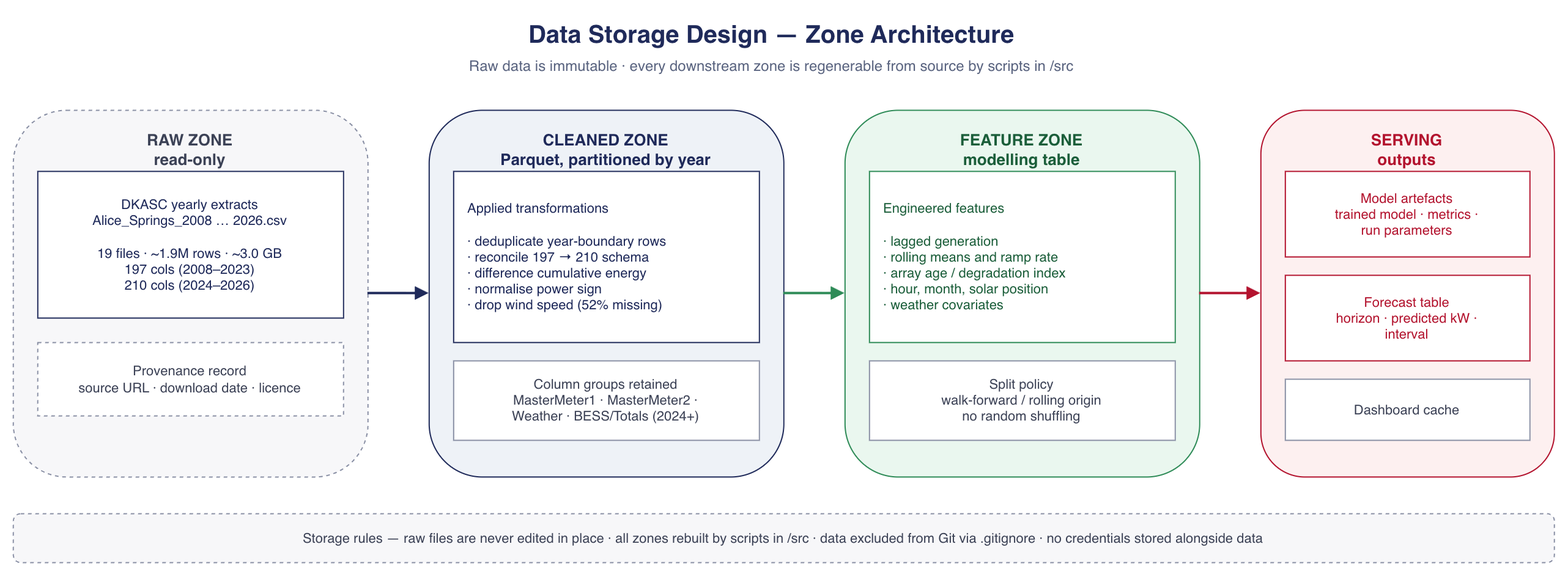
This is Architecture_Diagrams/03-data-storage-design.png from Uttam1618/PRT661-solar-forecasting, a draw.io export, as it was before one commit. Source tidied: cells renumbered, new cells last; positions are measured from the earlier drawing's top-left corner, leaving out a move shared by most shapes. The source it was exported from:
```xml
<mxGraphModel>
  <root>
    <mxCell id="0" />
    <mxCell id="1" parent="0" />
    <mxCell id="2" value="Data Storage Design — Zone Architecture" style="text;html=1;fontSize=20;fontStyle=1;align=center;fontColor=#1F2A5A;" parent="1" vertex="1">
      <mxGeometry width="1240" height="30" as="geometry" />
    </mxCell>
    <mxCell id="3" value="Raw data is immutable · every downstream zone is regenerable from source by scripts in /src" style="text;html=1;fontSize=12;align=center;fontColor=#5A6480;" parent="1" vertex="1">
      <mxGeometry y="30" width="1240" height="20" as="geometry" />
    </mxCell>
    <mxCell id="4" value="RAW ZONE&#10;read-only" style="rounded=1;whiteSpace=wrap;html=1;fillColor=#F7F7F9;strokeColor=#8A90A5;fontColor=#3C4256;fontSize=13;fontStyle=1;verticalAlign=top;spacingTop=10;dashed=1;" parent="1" vertex="1">
      <mxGeometry y="80" width="290" height="300" as="geometry" />
    </mxCell>
    <mxCell id="5" value="DKASC yearly extracts&#10;Alice_Springs_2008 … 2026.csv&#10;&#10;19 files · ~1.9M rows · ~3.0 GB&#10;197 cols (2008–2023)&#10;210 cols (2024–2026)" style="rounded=0;whiteSpace=wrap;html=1;fillColor=#FFFFFF;strokeColor=#1F2A5A;fontColor=#1F2A5A;fontSize=11;" parent="1" vertex="1">
      <mxGeometry x="20" y="130" width="250" height="120" as="geometry" />
    </mxCell>
    <mxCell id="6" value="Provenance record&#10;source URL · download date · licence" style="rounded=0;whiteSpace=wrap;html=1;fillColor=#FFFFFF;strokeColor=#8A90A5;fontColor=#3C4256;fontSize=11;dashed=1;" parent="1" vertex="1">
      <mxGeometry x="20" y="270" width="250" height="60" as="geometry" />
    </mxCell>
    <mxCell id="7" value="CLEANED ZONE&#10;Parquet, partitioned by year" style="rounded=1;whiteSpace=wrap;html=1;fillColor=#EEF2F7;strokeColor=#1F2A5A;fontColor=#1F2A5A;fontSize=13;fontStyle=1;verticalAlign=top;spacingTop=10;" parent="1" vertex="1">
      <mxGeometry x="340" y="80" width="290" height="300" as="geometry" />
    </mxCell>
    <mxCell id="8" value="Applied transformations&#10;&#10;· deduplicate year-boundary rows&#10;· reconcile 197 → 210 schema&#10;· difference cumulative energy&#10;· normalise power sign&#10;· drop wind speed (52% missing)" style="rounded=0;whiteSpace=wrap;html=1;fillColor=#FFFFFF;strokeColor=#1F2A5A;fontColor=#1F2A5A;fontSize=11;align=left;spacingLeft=10;" parent="1" vertex="1">
      <mxGeometry x="360" y="130" width="250" height="140" as="geometry" />
    </mxCell>
    <mxCell id="9" value="Column groups retained&#10;MasterMeter1 · MasterMeter2 ·&#10;Weather · BESS/Totals (2024+)" style="rounded=0;whiteSpace=wrap;html=1;fillColor=#FFFFFF;strokeColor=#8A90A5;fontColor=#3C4256;fontSize=11;" parent="1" vertex="1">
      <mxGeometry x="360" y="285" width="250" height="65" as="geometry" />
    </mxCell>
    <mxCell id="10" value="FEATURE ZONE&#10;modelling table" style="rounded=1;whiteSpace=wrap;html=1;fillColor=#EAF7EF;strokeColor=#2E8B57;fontColor=#1B5E3A;fontSize=13;fontStyle=1;verticalAlign=top;spacingTop=10;" parent="1" vertex="1">
      <mxGeometry x="680" y="80" width="290" height="300" as="geometry" />
    </mxCell>
    <mxCell id="11" value="Engineered features&#10;&#10;· lagged generation&#10;· rolling means and ramp rate&#10;· array age / degradation index&#10;· hour, month, solar position&#10;· weather covariates" style="rounded=0;whiteSpace=wrap;html=1;fillColor=#FFFFFF;strokeColor=#2E8B57;fontColor=#1B5E3A;fontSize=11;align=left;spacingLeft=10;" parent="1" vertex="1">
      <mxGeometry x="700" y="130" width="250" height="140" as="geometry" />
    </mxCell>
    <mxCell id="12" value="Split policy&#10;walk-forward / rolling origin&#10;no random shuffling" style="rounded=0;whiteSpace=wrap;html=1;fillColor=#FFFFFF;strokeColor=#8A90A5;fontColor=#3C4256;fontSize=11;" parent="1" vertex="1">
      <mxGeometry x="700" y="285" width="250" height="65" as="geometry" />
    </mxCell>
    <mxCell id="13" value="SERVING&#10;outputs" style="rounded=1;whiteSpace=wrap;html=1;fillColor=#FDF0F0;strokeColor=#B3132E;fontColor=#B3132E;fontSize=13;fontStyle=1;verticalAlign=top;spacingTop=10;" parent="1" vertex="1">
      <mxGeometry x="1020" y="80" width="240" height="300" as="geometry" />
    </mxCell>
    <mxCell id="14" value="Model artefacts&#10;trained model · metrics ·&#10;run parameters" style="rounded=0;whiteSpace=wrap;html=1;fillColor=#FFFFFF;strokeColor=#B3132E;fontColor=#B3132E;fontSize=11;" parent="1" vertex="1">
      <mxGeometry x="1040" y="130" width="200" height="70" as="geometry" />
    </mxCell>
    <mxCell id="15" value="Forecast table&#10;horizon · predicted kW ·&#10;interval" style="rounded=0;whiteSpace=wrap;html=1;fillColor=#FFFFFF;strokeColor=#B3132E;fontColor=#B3132E;fontSize=11;" parent="1" vertex="1">
      <mxGeometry x="1040" y="215" width="200" height="70" as="geometry" />
    </mxCell>
    <mxCell id="16" value="Dashboard cache" style="rounded=0;whiteSpace=wrap;html=1;fillColor=#FFFFFF;strokeColor=#8A90A5;fontColor=#3C4256;fontSize=11;" parent="1" vertex="1">
      <mxGeometry x="1040" y="300" width="200" height="50" as="geometry" />
    </mxCell>
    <mxCell id="17" style="edgeStyle=orthogonalEdgeStyle;rounded=1;html=1;strokeColor=#1F2A5A;strokeWidth=2;endArrow=block;exitX=1;exitY=0.5;entryX=0;entryY=0.5;" parent="1" edge="1" source="4" target="7">
      <mxGeometry relative="1" as="geometry" />
    </mxCell>
    <mxCell id="18" style="edgeStyle=orthogonalEdgeStyle;rounded=1;html=1;strokeColor=#2E8B57;strokeWidth=2;endArrow=block;exitX=1;exitY=0.5;entryX=0;entryY=0.5;" parent="1" edge="1" source="7" target="10">
      <mxGeometry relative="1" as="geometry" />
    </mxCell>
    <mxCell id="19" style="edgeStyle=orthogonalEdgeStyle;rounded=1;html=1;strokeColor=#B3132E;strokeWidth=2;endArrow=block;exitX=1;exitY=0.5;entryX=0;entryY=0.5;" parent="1" edge="1" source="10" target="13">
      <mxGeometry relative="1" as="geometry" />
    </mxCell>
    <mxCell id="20" value="Storage rules — raw files are never edited in place · all zones rebuilt by scripts in /src · data excluded from Git via .gitignore · no credentials stored alongside data" style="rounded=1;whiteSpace=wrap;html=1;fillColor=#F7F7F9;strokeColor=#8A90A5;fontColor=#3C4256;fontSize=11;dashed=1;" parent="1" vertex="1">
      <mxGeometry y="410" width="1260" height="40" as="geometry" />
    </mxCell>
  </root>
</mxGraphModel>
```
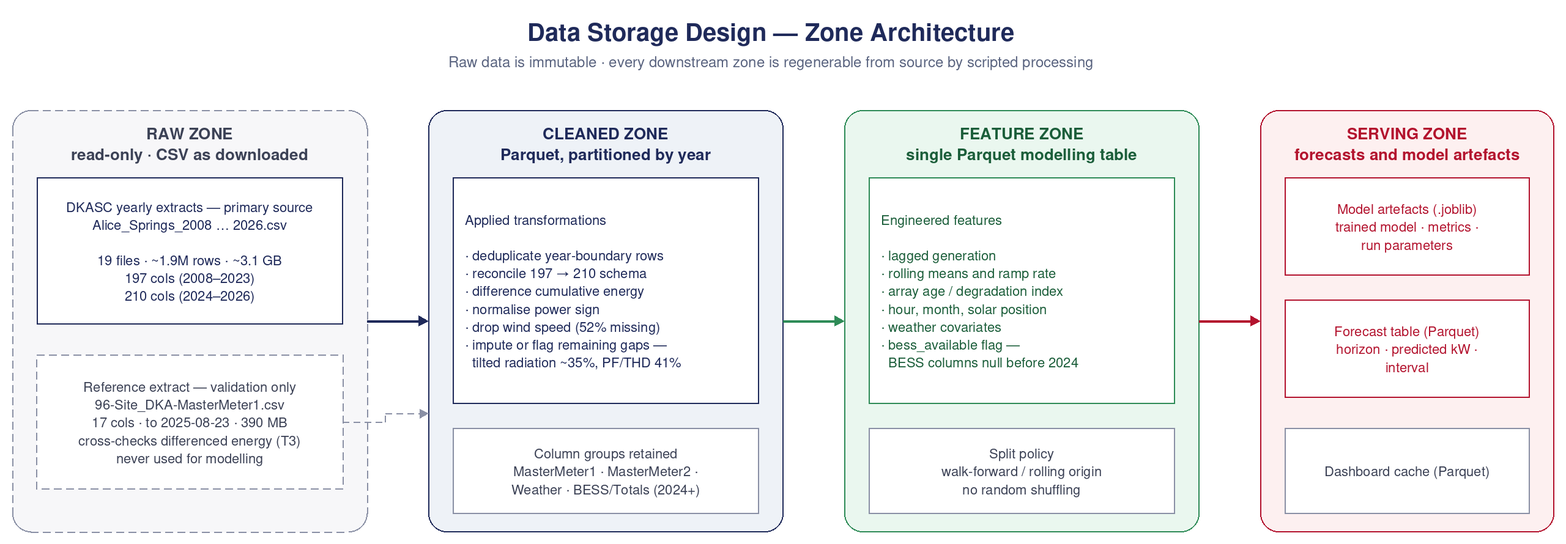
After the commit.

The edit, as a diff of the source:
```diff
@@ -5,59 +5,59 @@
     <mxCell id="2" value="Data Storage Design — Zone Architecture" style="text;html=1;fontSize=20;fontStyle=1;align=center;fontColor=#1F2A5A;" parent="1" vertex="1">
       <mxGeometry width="1240" height="30" as="geometry" />
     </mxCell>
-    <mxCell id="3" value="Raw data is immutable · every downstream zone is regenerable from source by scripts in /src" style="text;html=1;fontSize=12;align=center;fontColor=#5A6480;" parent="1" vertex="1">
+    <mxCell id="3" value="Raw data is immutable · every downstream zone is regenerable from source by scripted processing" style="text;html=1;fontSize=12;align=center;fontColor=#5A6480;" parent="1" vertex="1">
       <mxGeometry y="30" width="1240" height="20" as="geometry" />
     </mxCell>
-    <mxCell id="4" value="RAW ZONE&#10;read-only" style="rounded=1;whiteSpace=wrap;html=1;fillColor=#F7F7F9;strokeColor=#8A90A5;fontColor=#3C4256;fontSize=13;fontStyle=1;verticalAlign=top;spacingTop=10;dashed=1;" parent="1" vertex="1">
-      <mxGeometry y="80" width="290" height="300" as="geometry" />
+    <mxCell id="4" value="RAW ZONE&#10;read-only · CSV as downloaded" style="rounded=1;whiteSpace=wrap;html=1;fillColor=#F7F7F9;strokeColor=#8A90A5;fontColor=#3C4256;fontSize=13;fontStyle=1;verticalAlign=top;spacingTop=10;dashed=1;" parent="1" vertex="1">
+      <mxGeometry y="80" width="290" height="345" as="geometry" />
     </mxCell>
-    <mxCell id="5" value="DKASC yearly extracts&#10;Alice_Springs_2008 … 2026.csv&#10;&#10;19 files · ~1.9M rows · ~3.0 GB&#10;197 cols (2008–2023)&#10;210 cols (2024–2026)" style="rounded=0;whiteSpace=wrap;html=1;fillColor=#FFFFFF;strokeColor=#1F2A5A;fontColor=#1F2A5A;fontSize=11;" parent="1" vertex="1">
-      <mxGeometry x="20" y="130" width="250" height="120" as="geometry" />
+    <mxCell id="5" value="DKASC yearly extracts — primary source&#10;Alice_Springs_2008 … 2026.csv&#10;&#10;19 files · ~1.9M rows · ~3.1 GB&#10;197 cols (2008–2023)&#10;210 cols (2024–2026)" style="rounded=0;whiteSpace=wrap;html=1;fillColor=#FFFFFF;strokeColor=#1F2A5A;fontColor=#1F2A5A;fontSize=11;" parent="1" vertex="1">
+      <mxGeometry x="20" y="135" width="250" height="120" as="geometry" />
     </mxCell>
-    <mxCell id="6" value="Provenance record&#10;source URL · download date · licence" style="rounded=0;whiteSpace=wrap;html=1;fillColor=#FFFFFF;strokeColor=#8A90A5;fontColor=#3C4256;fontSize=11;dashed=1;" parent="1" vertex="1">
-      <mxGeometry x="20" y="270" width="250" height="60" as="geometry" />
-    </mxCell>
+    <mxCell id="21" value="Reference extract — validation only&#10;96-Site_DKA-MasterMeter1.csv&#10;17 cols · to 2025-08-23 · 390 MB&#10;cross-checks differenced energy (T3)&#10;never used for modelling" style="rounded=0;whiteSpace=wrap;html=1;fillColor=#FFFFFF;strokeColor=#8A90A5;fontColor=#3C4256;fontSize=11;dashed=1;" parent="1" vertex="1">
+      <mxGeometry x="20" y="280" width="250" height="110" as="geometry" />
+    </mxCell>
     <mxCell id="7" value="CLEANED ZONE&#10;Parquet, partitioned by year" style="rounded=1;whiteSpace=wrap;html=1;fillColor=#EEF2F7;strokeColor=#1F2A5A;fontColor=#1F2A5A;fontSize=13;fontStyle=1;verticalAlign=top;spacingTop=10;" parent="1" vertex="1">
-      <mxGeometry x="340" y="80" width="290" height="300" as="geometry" />
+      <mxGeometry x="340" y="80" width="290" height="345" as="geometry" />
     </mxCell>
-    <mxCell id="8" value="Applied transformations&#10;&#10;· deduplicate year-boundary rows&#10;· reconcile 197 → 210 schema&#10;· difference cumulative energy&#10;· normalise power sign&#10;· drop wind speed (52% missing)" style="rounded=0;whiteSpace=wrap;html=1;fillColor=#FFFFFF;strokeColor=#1F2A5A;fontColor=#1F2A5A;fontSize=11;align=left;spacingLeft=10;" parent="1" vertex="1">
-      <mxGeometry x="360" y="130" width="250" height="140" as="geometry" />
+    <mxCell id="8" value="Applied transformations&#10;&#10;· deduplicate year-boundary rows&#10;· reconcile 197 → 210 schema&#10;· difference cumulative energy&#10;· normalise power sign&#10;· drop wind speed (52% missing)&#10;· impute or flag remaining gaps —&#10;  tilted radiation ~35%, PF/THD 41%" style="rounded=0;whiteSpace=wrap;html=1;fillColor=#FFFFFF;strokeColor=#1F2A5A;fontColor=#1F2A5A;fontSize=11;align=left;spacingLeft=10;" parent="1" vertex="1">
+      <mxGeometry x="360" y="135" width="250" height="185" as="geometry" />
     </mxCell>
     <mxCell id="9" value="Column groups retained&#10;MasterMeter1 · MasterMeter2 ·&#10;Weather · BESS/Totals (2024+)" style="rounded=0;whiteSpace=wrap;html=1;fillColor=#FFFFFF;strokeColor=#8A90A5;fontColor=#3C4256;fontSize=11;" parent="1" vertex="1">
-      <mxGeometry x="360" y="285" width="250" height="65" as="geometry" />
+      <mxGeometry x="360" y="340" width="250" height="70" as="geometry" />
     </mxCell>
-    <mxCell id="10" value="FEATURE ZONE&#10;modelling table" style="rounded=1;whiteSpace=wrap;html=1;fillColor=#EAF7EF;strokeColor=#2E8B57;fontColor=#1B5E3A;fontSize=13;fontStyle=1;verticalAlign=top;spacingTop=10;" parent="1" vertex="1">
-      <mxGeometry x="680" y="80" width="290" height="300" as="geometry" />
+    <mxCell id="10" value="FEATURE ZONE&#10;single Parquet modelling table" style="rounded=1;whiteSpace=wrap;html=1;fillColor=#EAF7EF;strokeColor=#2E8B57;fontColor=#1B5E3A;fontSize=13;fontStyle=1;verticalAlign=top;spacingTop=10;" parent="1" vertex="1">
+      <mxGeometry x="680" y="80" width="290" height="345" as="geometry" />
     </mxCell>
-    <mxCell id="11" value="Engineered features&#10;&#10;· lagged generation&#10;· rolling means and ramp rate&#10;· array age / degradation index&#10;· hour, month, solar position&#10;· weather covariates" style="rounded=0;whiteSpace=wrap;html=1;fillColor=#FFFFFF;strokeColor=#2E8B57;fontColor=#1B5E3A;fontSize=11;align=left;spacingLeft=10;" parent="1" vertex="1">
-      <mxGeometry x="700" y="130" width="250" height="140" as="geometry" />
+    <mxCell id="11" value="Engineered features&#10;&#10;· lagged generation&#10;· rolling means and ramp rate&#10;· array age / degradation index&#10;· hour, month, solar position&#10;· weather covariates&#10;· bess_available flag —&#10;  BESS columns null before 2024" style="rounded=0;whiteSpace=wrap;html=1;fillColor=#FFFFFF;strokeColor=#2E8B57;fontColor=#1B5E3A;fontSize=11;align=left;spacingLeft=10;" parent="1" vertex="1">
+      <mxGeometry x="700" y="135" width="250" height="185" as="geometry" />
     </mxCell>
     <mxCell id="12" value="Split policy&#10;walk-forward / rolling origin&#10;no random shuffling" style="rounded=0;whiteSpace=wrap;html=1;fillColor=#FFFFFF;strokeColor=#8A90A5;fontColor=#3C4256;fontSize=11;" parent="1" vertex="1">
-      <mxGeometry x="700" y="285" width="250" height="65" as="geometry" />
+      <mxGeometry x="700" y="340" width="250" height="70" as="geometry" />
     </mxCell>
-    <mxCell id="13" value="SERVING&#10;outputs" style="rounded=1;whiteSpace=wrap;html=1;fillColor=#FDF0F0;strokeColor=#B3132E;fontColor=#B3132E;fontSize=13;fontStyle=1;verticalAlign=top;spacingTop=10;" parent="1" vertex="1">
-      <mxGeometry x="1020" y="80" width="240" height="300" as="geometry" />
+    <mxCell id="13" value="SERVING ZONE&#10;forecasts and model artefacts" style="rounded=1;whiteSpace=wrap;html=1;fillColor=#FDF0F0;strokeColor=#B3132E;fontColor=#B3132E;fontSize=13;fontStyle=1;verticalAlign=top;spacingTop=10;" parent="1" vertex="1">
+      <mxGeometry x="1020" y="80" width="240" height="345" as="geometry" />
     </mxCell>
-    <mxCell id="14" value="Model artefacts&#10;trained model · metrics ·&#10;run parameters" style="rounded=0;whiteSpace=wrap;html=1;fillColor=#FFFFFF;strokeColor=#B3132E;fontColor=#B3132E;fontSize=11;" parent="1" vertex="1">
-      <mxGeometry x="1040" y="130" width="200" height="70" as="geometry" />
+    <mxCell id="14" value="Model artefacts (.joblib)&#10;trained model · metrics ·&#10;run parameters" style="rounded=0;whiteSpace=wrap;html=1;fillColor=#FFFFFF;strokeColor=#B3132E;fontColor=#B3132E;fontSize=11;" parent="1" vertex="1">
+      <mxGeometry x="1040" y="135" width="200" height="80" as="geometry" />
     </mxCell>
-    <mxCell id="15" value="Forecast table&#10;horizon · predicted kW ·&#10;interval" style="rounded=0;whiteSpace=wrap;html=1;fillColor=#FFFFFF;strokeColor=#B3132E;fontColor=#B3132E;fontSize=11;" parent="1" vertex="1">
-      <mxGeometry x="1040" y="215" width="200" height="70" as="geometry" />
+    <mxCell id="15" value="Forecast table (Parquet)&#10;horizon · predicted kW ·&#10;interval" style="rounded=0;whiteSpace=wrap;html=1;fillColor=#FFFFFF;strokeColor=#B3132E;fontColor=#B3132E;fontSize=11;" parent="1" vertex="1">
+      <mxGeometry x="1040" y="235" width="200" height="80" as="geometry" />
     </mxCell>
-    <mxCell id="16" value="Dashboard cache" style="rounded=0;whiteSpace=wrap;html=1;fillColor=#FFFFFF;strokeColor=#8A90A5;fontColor=#3C4256;fontSize=11;" parent="1" vertex="1">
-      <mxGeometry x="1040" y="300" width="200" height="50" as="geometry" />
+    <mxCell id="16" value="Dashboard cache (Parquet)" style="rounded=0;whiteSpace=wrap;html=1;fillColor=#FFFFFF;strokeColor=#8A90A5;fontColor=#3C4256;fontSize=11;" parent="1" vertex="1">
+      <mxGeometry x="1040" y="340" width="200" height="70" as="geometry" />
     </mxCell>
     <mxCell id="17" style="edgeStyle=orthogonalEdgeStyle;rounded=1;html=1;strokeColor=#1F2A5A;strokeWidth=2;endArrow=block;exitX=1;exitY=0.5;entryX=0;entryY=0.5;" parent="1" edge="1" source="4" target="7">
       <mxGeometry relative="1" as="geometry" />
     </mxCell>
+    <mxCell id="22" style="edgeStyle=orthogonalEdgeStyle;rounded=1;html=1;strokeColor=#8A90A5;strokeWidth=1;endArrow=block;dashed=1;exitX=1;exitY=0.5;entryX=0;entryY=0.72;" parent="1" edge="1" source="21" target="7">
+      <mxGeometry relative="1" as="geometry" />
+    </mxCell>
     <mxCell id="18" style="edgeStyle=orthogonalEdgeStyle;rounded=1;html=1;strokeColor=#2E8B57;strokeWidth=2;endArrow=block;exitX=1;exitY=0.5;entryX=0;entryY=0.5;" parent="1" edge="1" source="7" target="10">
       <mxGeometry relative="1" as="geometry" />
     </mxCell>
     <mxCell id="19" style="edgeStyle=orthogonalEdgeStyle;rounded=1;html=1;strokeColor=#B3132E;strokeWidth=2;endArrow=block;exitX=1;exitY=0.5;entryX=0;entryY=0.5;" parent="1" edge="1" source="10" target="13">
       <mxGeometry relative="1" as="geometry" />
     </mxCell>
-    <mxCell id="20" value="Storage rules — raw files are never edited in place · all zones rebuilt by scripts in /src · data excluded from Git via .gitignore · no credentials stored alongside data" style="rounded=1;whiteSpace=wrap;html=1;fillColor=#F7F7F9;strokeColor=#8A90A5;fontColor=#3C4256;fontSize=11;dashed=1;" parent="1" vertex="1">
-      <mxGeometry y="410" width="1260" height="40" as="geometry" />
-    </mxCell>
   </root>
 </mxGraphModel>
```
